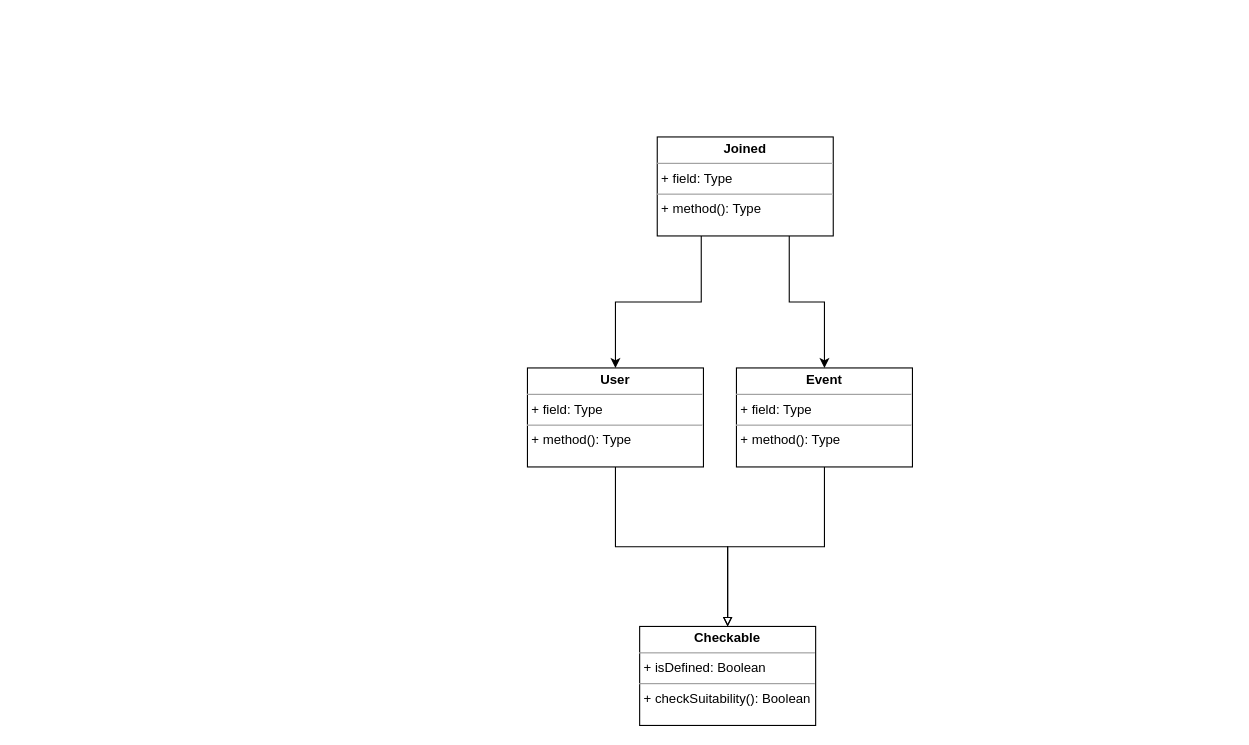
This is project/UMLproject.drawio from josura/HCI, a draw.io file, before an edit. Source tidied: cells renumbered, new cells numbered last; positions are measured from the earlier drawing's top-left corner, leaving out a move shared by most shapes. Both pictures are drawn from the tidied source at 110%, with x=0, y=0 at pixel (527, 136).
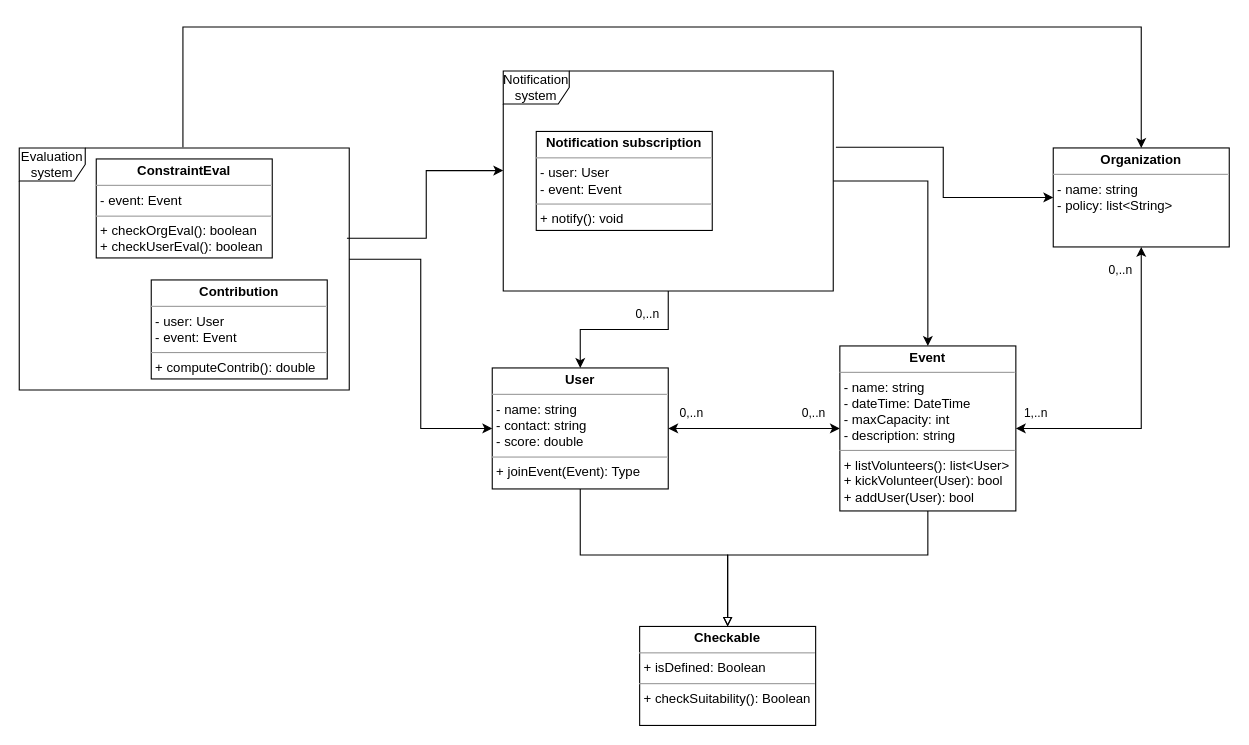
Above is the later version.

The change refers to these unchanged cells:
```xml
<mxCell id="9" value="&lt;p style=&quot;margin:0px;margin-top:4px;text-align:center;&quot;&gt;&lt;b&gt;Checkable&lt;/b&gt;&lt;/p&gt;&lt;hr size=&quot;1&quot;&gt;&lt;p style=&quot;margin:0px;margin-left:4px;&quot;&gt;+ isDefined: Boolean&lt;/p&gt;&lt;hr size=&quot;1&quot;&gt;&lt;p style=&quot;margin:0px;margin-left:4px;&quot;&gt;+ checkSuitability(): Boolean&lt;/p&gt;" style="verticalAlign=top;align=left;overflow=fill;fontSize=12;fontFamily=Helvetica;html=1;whiteSpace=wrap;" parent="1" vertex="1">
  <mxGeometry x="102" y="445" width="160" height="90" as="geometry" />
</mxCell>
```

What changed in the source:
```diff
@@
     <mxCell id="2" style="edgeStyle=orthogonalEdgeStyle;rounded=0;jettySize=auto;html=1;exitX=0.5;exitY=1;exitDx=0;exitDy=0;entryX=0.5;entryY=0;entryDx=0;entryDy=0;endArrow=block;endFill=0;" parent="1" edge="1" source="3" target="9">
-      <mxGeometry relative="1" as="geometry" />
+      <mxGeometry relative="1" as="geometry">
+        <Array as="points">
+          <mxPoint x="48" y="380" />
+          <mxPoint x="182" y="380" />
+        </Array>
+      </mxGeometry>
     </mxCell>
-    <mxCell id="3" value="&lt;p style=&quot;margin:0px;margin-top:4px;text-align:center;&quot;&gt;&lt;b&gt;User&lt;/b&gt;&lt;/p&gt;&lt;hr size=&quot;1&quot;&gt;&lt;p style=&quot;margin:0px;margin-left:4px;&quot;&gt;+ field: Type&lt;/p&gt;&lt;hr size=&quot;1&quot;&gt;&lt;p style=&quot;margin:0px;margin-left:4px;&quot;&gt;+ method(): Type&lt;/p&gt;" style="verticalAlign=top;align=left;overflow=fill;fontSize=12;fontFamily=Helvetica;html=1;whiteSpace=wrap;" parent="1" vertex="1">
-      <mxGeometry y="210" width="160" height="90" as="geometry" />
+    <mxCell id="3" value="&lt;p style=&quot;margin:0px;margin-top:4px;text-align:center;&quot;&gt;&lt;b&gt;User&lt;/b&gt;&lt;/p&gt;&lt;hr size=&quot;1&quot;&gt;&lt;p style=&quot;margin:0px;margin-left:4px;&quot;&gt;- name: string&lt;/p&gt;&lt;p style=&quot;margin:0px;margin-left:4px;&quot;&gt;- contact: string&lt;br&gt;&lt;/p&gt;&lt;p style=&quot;margin:0px;margin-left:4px;&quot;&gt;- score: double&lt;br&gt;&lt;/p&gt;&lt;hr size=&quot;1&quot;&gt;&lt;p style=&quot;margin:0px;margin-left:4px;&quot;&gt;+ joinEvent(Event): Type&lt;/p&gt;" style="verticalAlign=top;align=left;overflow=fill;fontSize=12;fontFamily=Helvetica;html=1;whiteSpace=wrap;" parent="1" vertex="1">
+      <mxGeometry x="-32" y="210" width="160" height="110" as="geometry" />
     </mxCell>
     <mxCell id="4" style="edgeStyle=orthogonalEdgeStyle;rounded=0;jettySize=auto;html=1;exitX=0.5;exitY=1;exitDx=0;exitDy=0;endArrow=block;endFill=0;" parent="1" edge="1" source="5" target="9">
-      <mxGeometry relative="1" as="geometry" />
+      <mxGeometry relative="1" as="geometry">
+        <Array as="points">
+          <mxPoint x="364" y="380" />
+          <mxPoint x="182" y="380" />
+        </Array>
+      </mxGeometry>
     </mxCell>
+    <mxCell id="10" style="edgeStyle=orthogonalEdgeStyle;rounded=0;jettySize=auto;html=1;exitX=0;exitY=0.5;exitDx=0;exitDy=0;startArrow=classic;startFill=1;" parent="1" edge="1" source="5" target="3">
+      <mxGeometry relative="1" as="geometry" />
+    </mxCell>
+    <mxCell id="11" value="0,..n" style="edgeLabel;html=1;align=center;verticalAlign=middle;" parent="10" vertex="1">
+      <mxGeometry x="-0.24" y="-1" relative="1" as="geometry">
+        <mxPoint x="34" y="-14" as="offset" />
+      </mxGeometry>
+    </mxCell>
+    <mxCell id="12" value="0,..n" style="edgeLabel;html=1;align=center;verticalAlign=middle;" parent="10" vertex="1">
+      <mxGeometry x="-0.24" y="-1" relative="1" as="geometry">
+        <mxPoint x="-77" y="-14" as="offset" />
+      </mxGeometry>
+    </mxCell>
+    <mxCell id="13" value="0,..n" style="edgeLabel;html=1;align=center;verticalAlign=middle;" parent="10" vertex="1">
+      <mxGeometry x="-0.24" y="-1" relative="1" as="geometry">
+        <mxPoint x="-117" y="-104" as="offset" />
+      </mxGeometry>
+    </mxCell>
+    <mxCell id="14" style="edgeStyle=orthogonalEdgeStyle;rounded=0;jettySize=auto;html=1;exitX=1;exitY=0.5;exitDx=0;exitDy=0;entryX=0.5;entryY=1;entryDx=0;entryDy=0;startArrow=classic;startFill=1;" parent="1" edge="1" source="5" target="17">
+      <mxGeometry relative="1" as="geometry" />
+    </mxCell>
+    <mxCell id="15" value="1,..n" style="edgeLabel;html=1;align=center;verticalAlign=middle;" parent="14" vertex="1">
+      <mxGeometry x="-0.88" y="2" relative="1" as="geometry">
+        <mxPoint y="-13" as="offset" />
+      </mxGeometry>
+    </mxCell>
+    <mxCell id="16" value="0,..n" style="edgeLabel;html=1;align=center;verticalAlign=middle;" parent="14" vertex="1">
+      <mxGeometry x="-0.88" y="2" relative="1" as="geometry">
+        <mxPoint x="77" y="-143" as="offset" />
+      </mxGeometry>
+    </mxCell>
-    <mxCell id="5" value="&lt;p style=&quot;margin:0px;margin-top:4px;text-align:center;&quot;&gt;&lt;b&gt;Event&lt;/b&gt;&lt;/p&gt;&lt;hr size=&quot;1&quot;&gt;&lt;p style=&quot;margin:0px;margin-left:4px;&quot;&gt;+ field: Type&lt;/p&gt;&lt;hr size=&quot;1&quot;&gt;&lt;p style=&quot;margin:0px;margin-left:4px;&quot;&gt;+ method(): Type&lt;/p&gt;" style="verticalAlign=top;align=left;overflow=fill;fontSize=12;fontFamily=Helvetica;html=1;whiteSpace=wrap;" parent="1" vertex="1">
-      <mxGeometry x="190" y="210" width="160" height="90" as="geometry" />
+    <mxCell id="5" value="&lt;p style=&quot;margin:0px;margin-top:4px;text-align:center;&quot;&gt;&lt;b&gt;Event&lt;/b&gt;&lt;/p&gt;&lt;hr size=&quot;1&quot;&gt;&lt;p style=&quot;margin:0px;margin-left:4px;&quot;&gt;- name: string&lt;/p&gt;&lt;p style=&quot;margin:0px;margin-left:4px;&quot;&gt;- dateTime: DateTime&lt;br&gt;&lt;/p&gt;&lt;p style=&quot;margin:0px;margin-left:4px;&quot;&gt;- maxCapacity: int&lt;br&gt;&lt;/p&gt;&lt;p style=&quot;margin:0px;margin-left:4px;&quot;&gt;- description: string&lt;/p&gt;&lt;hr size=&quot;1&quot;&gt;&lt;p style=&quot;margin:0px;margin-left:4px;&quot;&gt;+ listVolunteers(): list&amp;lt;User&amp;gt;&lt;/p&gt;&lt;p style=&quot;margin:0px;margin-left:4px;&quot;&gt;+ kickVolunteer(User): bool&lt;/p&gt;&lt;p style=&quot;margin:0px;margin-left:4px;&quot;&gt;+ addUser(User): bool&lt;/p&gt;" style="verticalAlign=top;align=left;overflow=fill;fontSize=12;fontFamily=Helvetica;html=1;whiteSpace=wrap;" parent="1" vertex="1">
+      <mxGeometry x="284" y="190" width="160" height="150" as="geometry" />
     </mxCell>
-    <mxCell id="6" style="edgeStyle=orthogonalEdgeStyle;rounded=0;jettySize=auto;html=1;exitX=0.25;exitY=1;exitDx=0;exitDy=0;entryX=0.5;entryY=0;entryDx=0;entryDy=0;" parent="1" edge="1" source="8" target="3">
-      <mxGeometry relative="1" as="geometry" />
-    </mxCell>
-    <mxCell id="7" style="edgeStyle=orthogonalEdgeStyle;rounded=0;jettySize=auto;html=1;exitX=0.75;exitY=1;exitDx=0;exitDy=0;entryX=0.5;entryY=0;entryDx=0;entryDy=0;" parent="1" edge="1" source="8" target="5">
-      <mxGeometry relative="1" as="geometry" />
-    </mxCell>
-    <mxCell id="8" value="&lt;p style=&quot;margin:0px;margin-top:4px;text-align:center;&quot;&gt;&lt;b&gt;Joined&lt;/b&gt;&lt;/p&gt;&lt;hr size=&quot;1&quot;&gt;&lt;p style=&quot;margin:0px;margin-left:4px;&quot;&gt;+ field: Type&lt;/p&gt;&lt;hr size=&quot;1&quot;&gt;&lt;p style=&quot;margin:0px;margin-left:4px;&quot;&gt;+ method(): Type&lt;/p&gt;" style="verticalAlign=top;align=left;overflow=fill;fontSize=12;fontFamily=Helvetica;html=1;whiteSpace=wrap;" parent="1" vertex="1">
-      <mxGeometry x="118" width="160" height="90" as="geometry" />
-    </mxCell>
@@
+    <mxCell id="17" value="&lt;p style=&quot;margin:0px;margin-top:4px;text-align:center;&quot;&gt;&lt;b&gt;Organization&lt;/b&gt;&lt;/p&gt;&lt;hr size=&quot;1&quot;&gt;&lt;p style=&quot;margin:0px;margin-left:4px;&quot;&gt;- name: string&lt;/p&gt;&lt;p style=&quot;margin:0px;margin-left:4px;&quot;&gt;- policy: list&amp;lt;String&amp;gt;&lt;/p&gt;" style="verticalAlign=top;align=left;overflow=fill;fontSize=12;fontFamily=Helvetica;html=1;whiteSpace=wrap;" parent="1" vertex="1">
+      <mxGeometry x="478" y="10" width="160" height="90" as="geometry" />
+    </mxCell>
+    <mxCell id="18" style="edgeStyle=orthogonalEdgeStyle;rounded=0;jettySize=auto;html=1;" parent="1" edge="1" source="21" target="3">
+      <mxGeometry relative="1" as="geometry" />
+    </mxCell>
+    <mxCell id="19" style="edgeStyle=orthogonalEdgeStyle;rounded=0;jettySize=auto;html=1;entryX=0.5;entryY=0;entryDx=0;entryDy=0;" parent="1" edge="1" source="21" target="5">
+      <mxGeometry relative="1" as="geometry" />
+    </mxCell>
+    <mxCell id="20" style="edgeStyle=orthogonalEdgeStyle;rounded=0;jettySize=auto;html=1;entryX=0;entryY=0.5;entryDx=0;entryDy=0;exitX=1.008;exitY=0.347;exitDx=0;exitDy=0;exitPerimeter=0;" parent="1" edge="1" source="21" target="17">
+      <mxGeometry relative="1" as="geometry" />
+    </mxCell>
+    <mxCell id="21" value="Notification system" style="shape=umlFrame;whiteSpace=wrap;html=1;" parent="1" vertex="1">
+      <mxGeometry x="-22" y="-60" width="300" height="200" as="geometry" />
+    </mxCell>
+    <mxCell id="22" value="Evaluation&lt;br&gt;system" style="shape=umlFrame;whiteSpace=wrap;html=1;" parent="1" vertex="1">
+      <mxGeometry x="-462" y="10" width="300" height="220" as="geometry" />
+    </mxCell>
+    <mxCell id="23" style="edgeStyle=orthogonalEdgeStyle;rounded=0;jettySize=auto;html=1;exitX=1;exitY=0.46;exitDx=0;exitDy=0;exitPerimeter=0;entryX=0;entryY=0.5;entryDx=0;entryDy=0;" parent="1" edge="1" source="22" target="3">
+      <mxGeometry relative="1" as="geometry" />
+    </mxCell>
+    <mxCell id="24" style="edgeStyle=orthogonalEdgeStyle;rounded=0;jettySize=auto;html=1;exitX=0.993;exitY=0.373;exitDx=0;exitDy=0;exitPerimeter=0;entryX=0;entryY=0.453;entryDx=0;entryDy=0;entryPerimeter=0;" parent="1" edge="1" source="22" target="21">
+      <mxGeometry relative="1" as="geometry" />
+    </mxCell>
+    <mxCell id="25" value="&lt;p style=&quot;margin:0px;margin-top:4px;text-align:center;&quot;&gt;&lt;b&gt;Notification subscription&lt;/b&gt;&lt;/p&gt;&lt;hr size=&quot;1&quot;&gt;&lt;p style=&quot;margin:0px;margin-left:4px;&quot;&gt;- user: User&lt;/p&gt;&lt;p style=&quot;margin:0px;margin-left:4px;&quot;&gt;- event: Event&lt;br&gt;&lt;/p&gt;&lt;hr size=&quot;1&quot;&gt;&lt;p style=&quot;margin:0px;margin-left:4px;&quot;&gt;+ notify(): void&lt;/p&gt;" style="verticalAlign=top;align=left;overflow=fill;fontSize=12;fontFamily=Helvetica;html=1;whiteSpace=wrap;" parent="1" vertex="1">
+      <mxGeometry x="8" y="-5" width="160" height="90" as="geometry" />
+    </mxCell>
+    <mxCell id="26" value="&lt;p style=&quot;margin:0px;margin-top:4px;text-align:center;&quot;&gt;&lt;b&gt;Contribution&lt;/b&gt;&lt;/p&gt;&lt;hr size=&quot;1&quot;&gt;&lt;p style=&quot;margin:0px;margin-left:4px;&quot;&gt;- user: User&lt;/p&gt;&lt;p style=&quot;margin:0px;margin-left:4px;&quot;&gt;- event: Event&lt;/p&gt;&lt;hr size=&quot;1&quot;&gt;&lt;p style=&quot;margin:0px;margin-left:4px;&quot;&gt;+ computeContrib(): double&lt;/p&gt;" style="verticalAlign=top;align=left;overflow=fill;fontSize=12;fontFamily=Helvetica;html=1;whiteSpace=wrap;" parent="1" vertex="1">
+      <mxGeometry x="-342" y="130" width="160" height="90" as="geometry" />
+    </mxCell>
+    <mxCell id="27" style="edgeStyle=orthogonalEdgeStyle;rounded=0;jettySize=auto;html=1;exitX=0.496;exitY=-0.003;exitDx=0;exitDy=0;exitPerimeter=0;entryX=0.5;entryY=0;entryDx=0;entryDy=0;" parent="1" edge="1" source="22" target="17">
+      <mxGeometry relative="1" as="geometry">
+        <Array as="points">
+          <mxPoint x="-313" y="-100" />
+          <mxPoint x="558" y="-100" />
+        </Array>
+      </mxGeometry>
+    </mxCell>
+    <mxCell id="28" value="&lt;p style=&quot;margin:0px;margin-top:4px;text-align:center;&quot;&gt;&lt;b&gt;ConstraintEval&lt;/b&gt;&lt;/p&gt;&lt;hr size=&quot;1&quot;&gt;&lt;p style=&quot;margin:0px;margin-left:4px;&quot;&gt;&lt;span style=&quot;background-color: initial;&quot;&gt;- event: Event&lt;/span&gt;&lt;br&gt;&lt;/p&gt;&lt;hr size=&quot;1&quot;&gt;&lt;p style=&quot;margin:0px;margin-left:4px;&quot;&gt;+ checkOrgEval(): boolean&lt;/p&gt;&lt;p style=&quot;margin:0px;margin-left:4px;&quot;&gt;+ checkUserEval(): boolean&lt;/p&gt;" style="verticalAlign=top;align=left;overflow=fill;fontSize=12;fontFamily=Helvetica;html=1;whiteSpace=wrap;" parent="1" vertex="1">
+      <mxGeometry x="-392" y="20" width="160" height="90" as="geometry" />
+    </mxCell>
```
